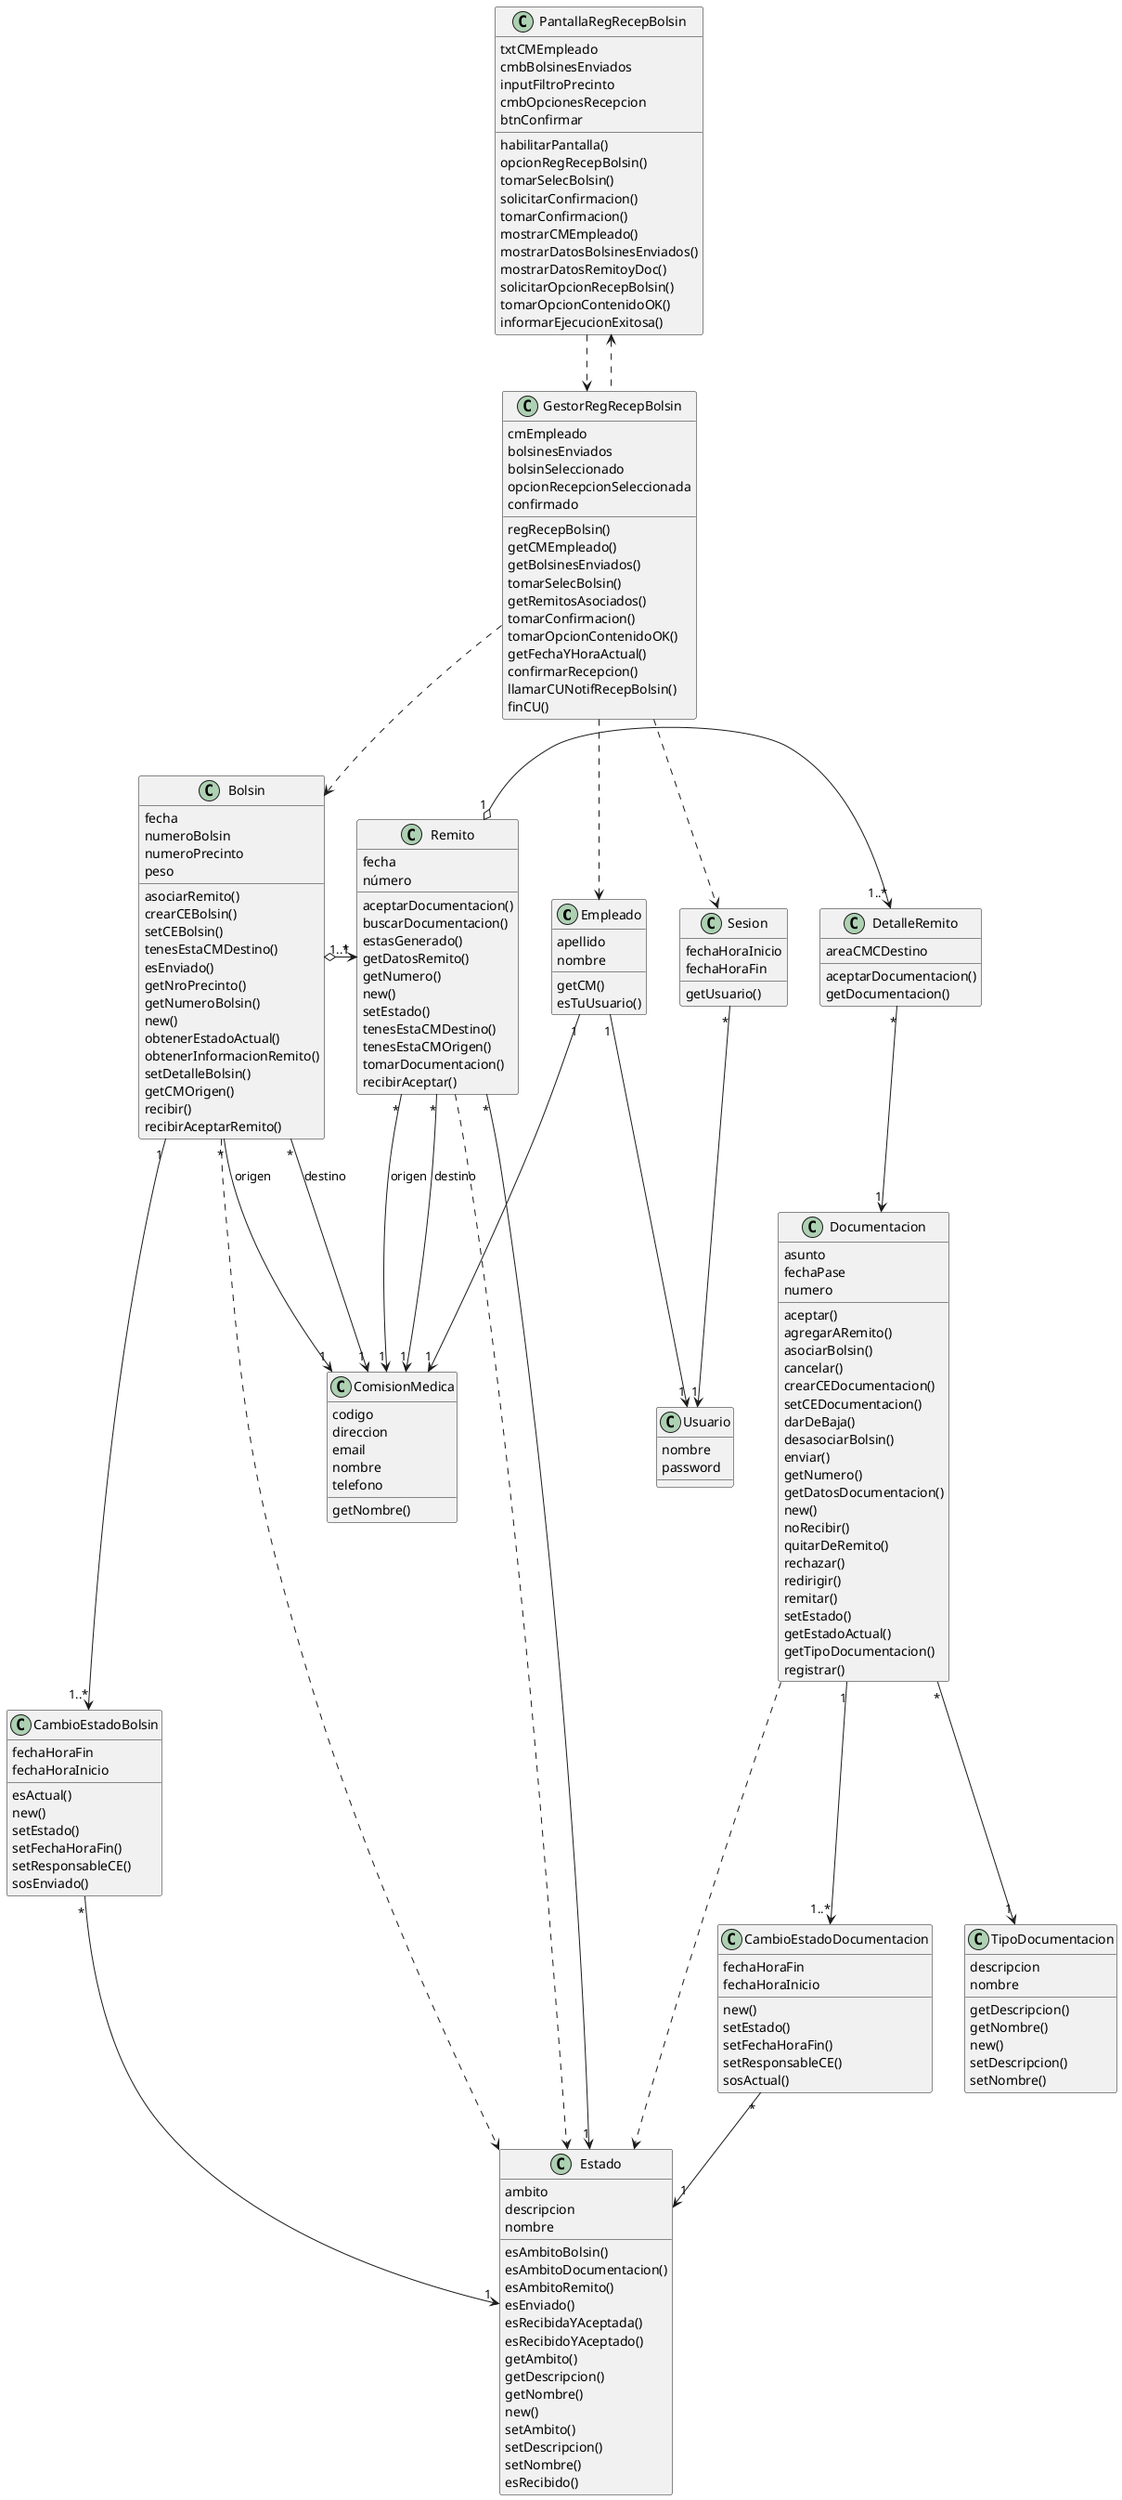
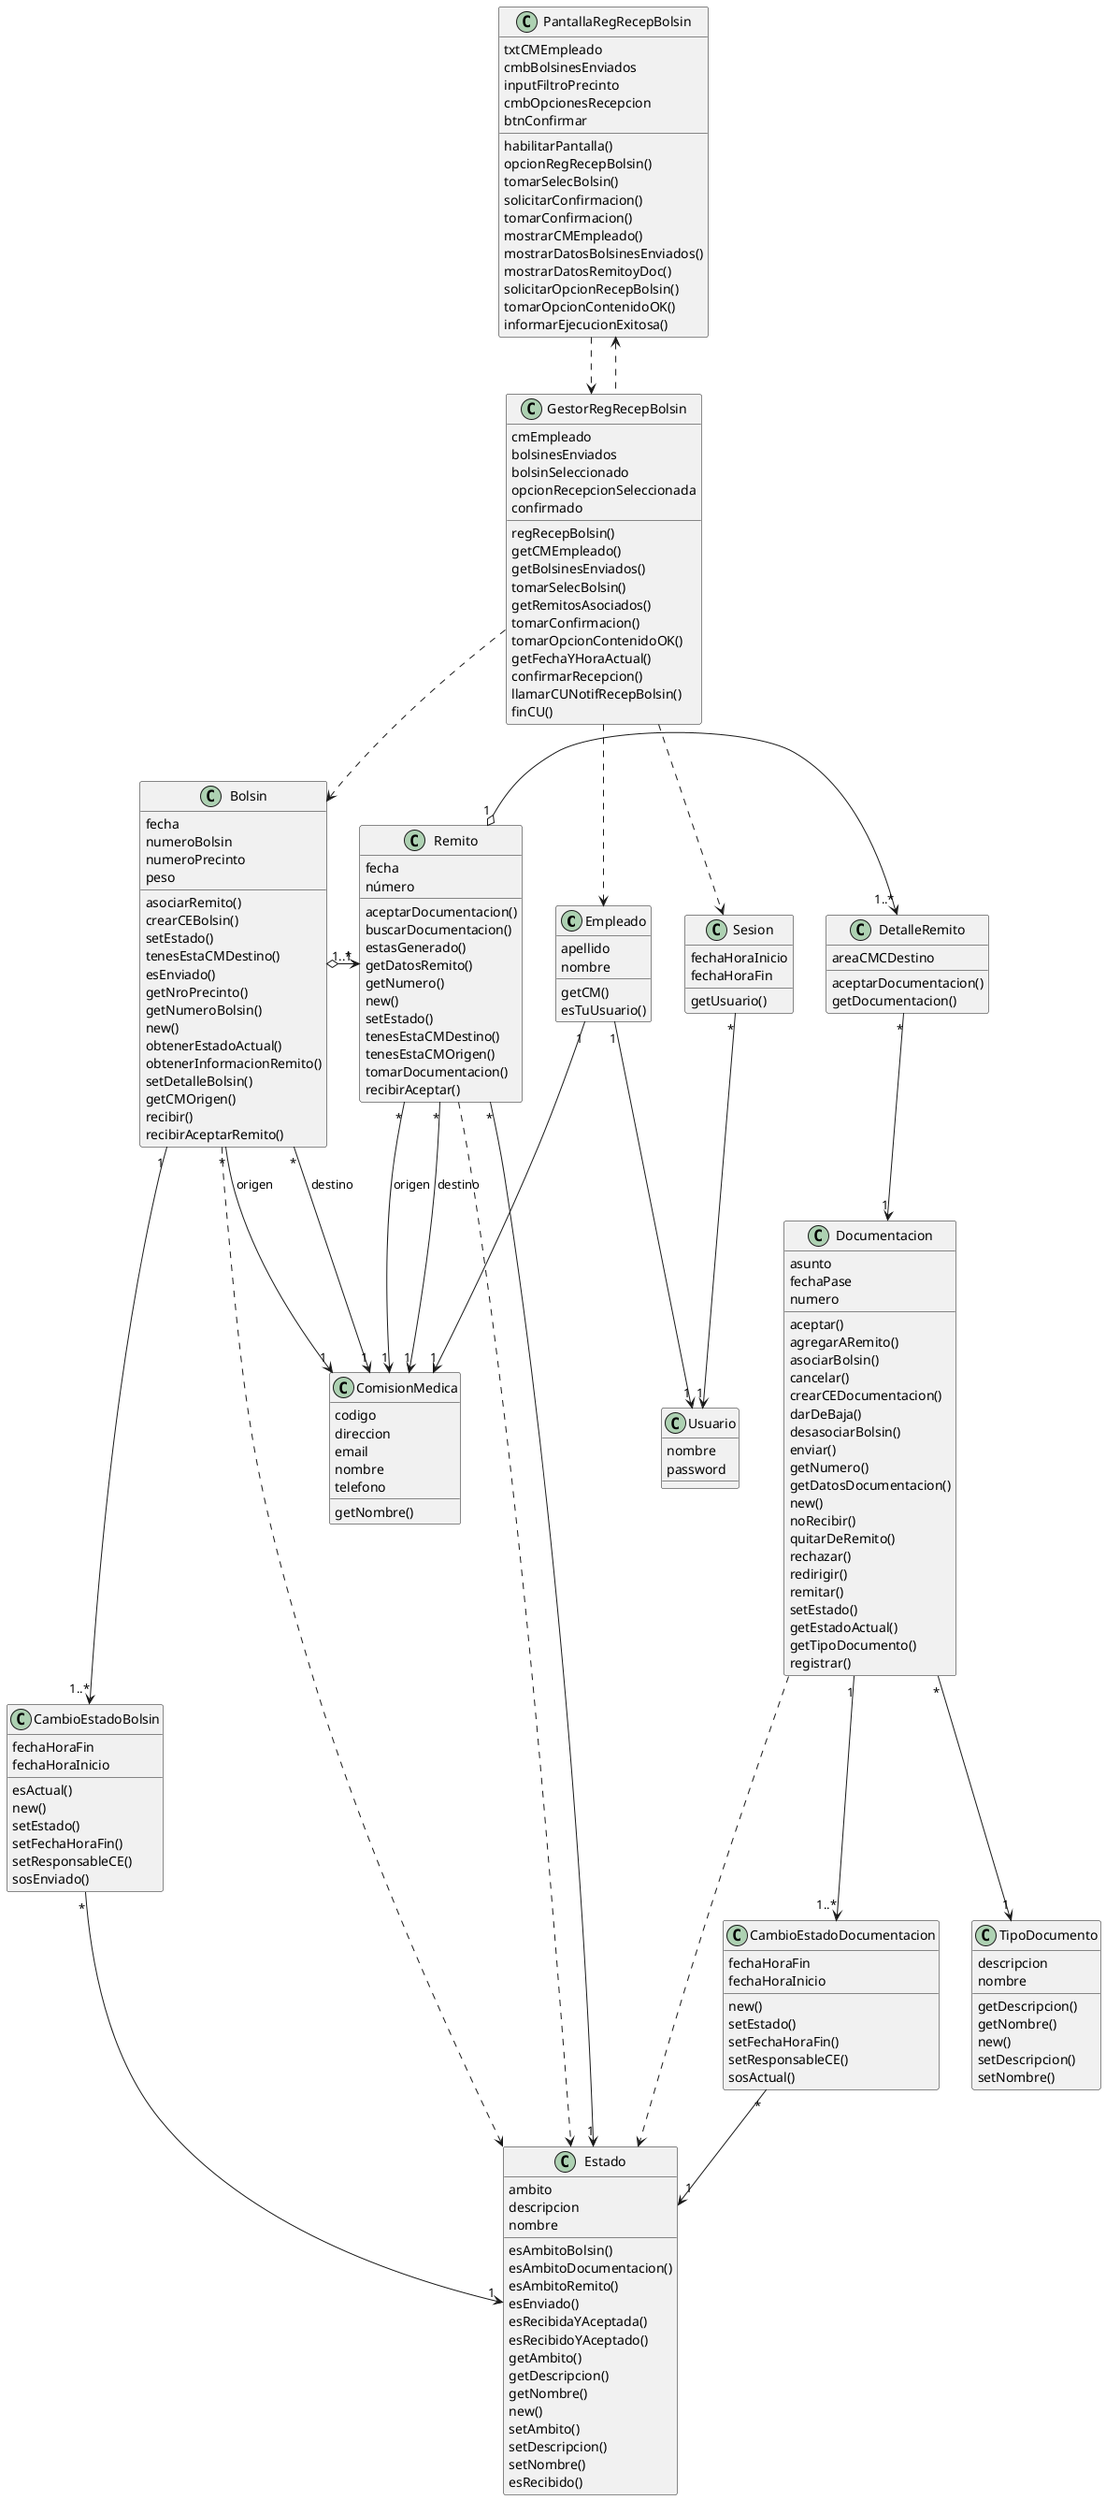
@startuml vista-analisis

class Empleado {
  apellido
  nombre
  getCM()
  esTuUsuario()
}

class Usuario {
  nombre
  password
}

class Sesion {
  fechaHoraInicio
  fechaHoraFin
  getUsuario()
}

class GestorRegRecepBolsin {
  cmEmpleado
  bolsinesEnviados
  bolsinSeleccionado
  opcionRecepcionSeleccionada
  confirmado
  regRecepBolsin()
  getCMEmpleado()
  getBolsinesEnviados()
  tomarSelecBolsin()
  getRemitosAsociados()
  tomarConfirmacion()
  tomarOpcionContenidoOK()
  getFechaYHoraActual()
  confirmarRecepcion()
  llamarCUNotifRecepBolsin()
  finCU()
}

class PantallaRegRecepBolsin {
  txtCMEmpleado
  cmbBolsinesEnviados
  inputFiltroPrecinto
  cmbOpcionesRecepcion
  btnConfirmar
  habilitarPantalla()
  opcionRegRecepBolsin()
  tomarSelecBolsin()
  solicitarConfirmacion()
  tomarConfirmacion()
  mostrarCMEmpleado()
  mostrarDatosBolsinesEnviados()
  mostrarDatosRemitoyDoc()
  solicitarOpcionRecepBolsin()
  tomarOpcionContenidoOK()
  informarEjecucionExitosa()
}

class ComisionMedica {
  codigo
  direccion
  email
  nombre
  telefono
  getNombre()
}

class Bolsin {
  fecha
  numeroBolsin
  numeroPrecinto
  peso
  asociarRemito()
  crearCEBolsin()
-   setCEBolsin()
+   setEstado()
  tenesEstaCMDestino()
  esEnviado()
  getNroPrecinto()
  getNumeroBolsin()
  new()
  obtenerEstadoActual()
  obtenerInformacionRemito()
  setDetalleBolsin()
  getCMOrigen()
  recibir()
  recibirAceptarRemito()
}

class CambioEstadoBolsin {
  fechaHoraFin
  fechaHoraInicio
  esActual()
  new()
  setEstado()
  setFechaHoraFin()
  setResponsableCE()
  sosEnviado()
}

class Estado {
  ambito
  descripcion
  nombre
  esAmbitoBolsin()
  esAmbitoDocumentacion()
  esAmbitoRemito()
  esEnviado()
  esRecibidaYAceptada()
  esRecibidoYAceptado()
  getAmbito()
  getDescripcion()
  getNombre()
  new()
  setAmbito()
  setDescripcion()
  setNombre()
  esRecibido()
}

class Remito {
  fecha
  número
  aceptarDocumentacion()
  buscarDocumentacion()
  estasGenerado()
  getDatosRemito()
  getNumero()
  new()
  setEstado()
  tenesEstaCMDestino()
  tenesEstaCMOrigen()
  tomarDocumentacion()
  recibirAceptar()
}

class DetalleRemito {
  areaCMCDestino
  aceptarDocumentacion()
  getDocumentacion()
}

class Documentacion {
  asunto
  fechaPase
  numero
  aceptar()
  agregarARemito()
  asociarBolsin()
  cancelar()
  crearCEDocumentacion()
-   setCEDocumentacion()
  darDeBaja()
  desasociarBolsin()
  enviar()
  getNumero()
  getDatosDocumentacion()
  new()
  noRecibir()
  quitarDeRemito()
  rechazar()
  redirigir()
  remitar()
  setEstado()
  getEstadoActual()
-   getTipoDocumentacion()
+   getTipoDocumento()
  registrar()
}

class CambioEstadoDocumentacion {
  fechaHoraFin
  fechaHoraInicio
  new()
  setEstado()
  setFechaHoraFin()
  setResponsableCE()
  sosActual()
}

- class TipoDocumentacion {
+ class TipoDocumento {
  descripcion
  nombre
  getDescripcion()
  getNombre()
  new()
  setDescripcion()
  setNombre()
}

PantallaRegRecepBolsin ..> GestorRegRecepBolsin
PantallaRegRecepBolsin <.. GestorRegRecepBolsin
GestorRegRecepBolsin ..> Sesion
GestorRegRecepBolsin ..> Empleado
GestorRegRecepBolsin ..> Bolsin
Bolsin ..> Estado
Remito ..> Estado
Documentacion ..> Estado
Sesion "*" --> "1" Usuario
Empleado "1" --> "1" Usuario
Empleado "1" --> "1" ComisionMedica
Bolsin "*" --> "1" ComisionMedica : origen
Bolsin "*" --> "1" ComisionMedica : destino
Remito "*" --> "1" ComisionMedica : origen
Remito "*" --> "1" ComisionMedica : destino
Bolsin "1" --> "1..*" CambioEstadoBolsin
CambioEstadoBolsin "*" --> "1" Estado
Bolsin "1..*" o-> "1" Remito
Remito "*" --> "1" Estado
Remito "1" o-> "1..*" DetalleRemito
DetalleRemito "*" --> "1" Documentacion
- Documentacion "*" --> "1" TipoDocumentacion
+ Documentacion "*" --> "1" TipoDocumento
Documentacion "1" --> "1..*" CambioEstadoDocumentacion
CambioEstadoDocumentacion "*" --> "1" Estado

@enduml
